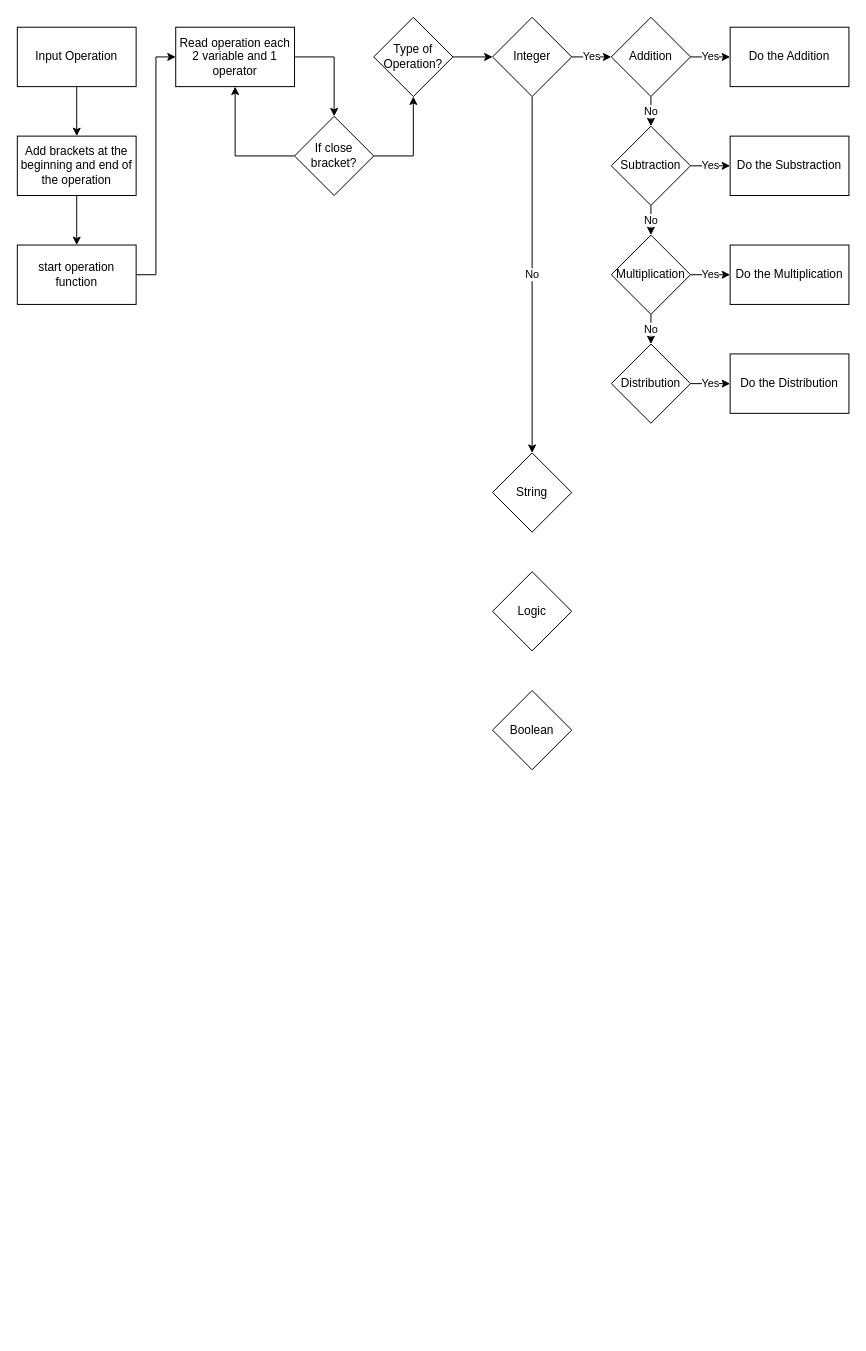
Before: Flowchart_Operation.drawio in reeuze/Make-a-New-Language-Using-Python, a draw.io diagram. Source tidied: cells renumbered, new cells numbered last; positions are measured from the earlier drawing's top-left corner, leaving out a move shared by most shapes. Both pictures are drawn from the tidied source at 99%, with x=0, y=0 at pixel (17, 17).
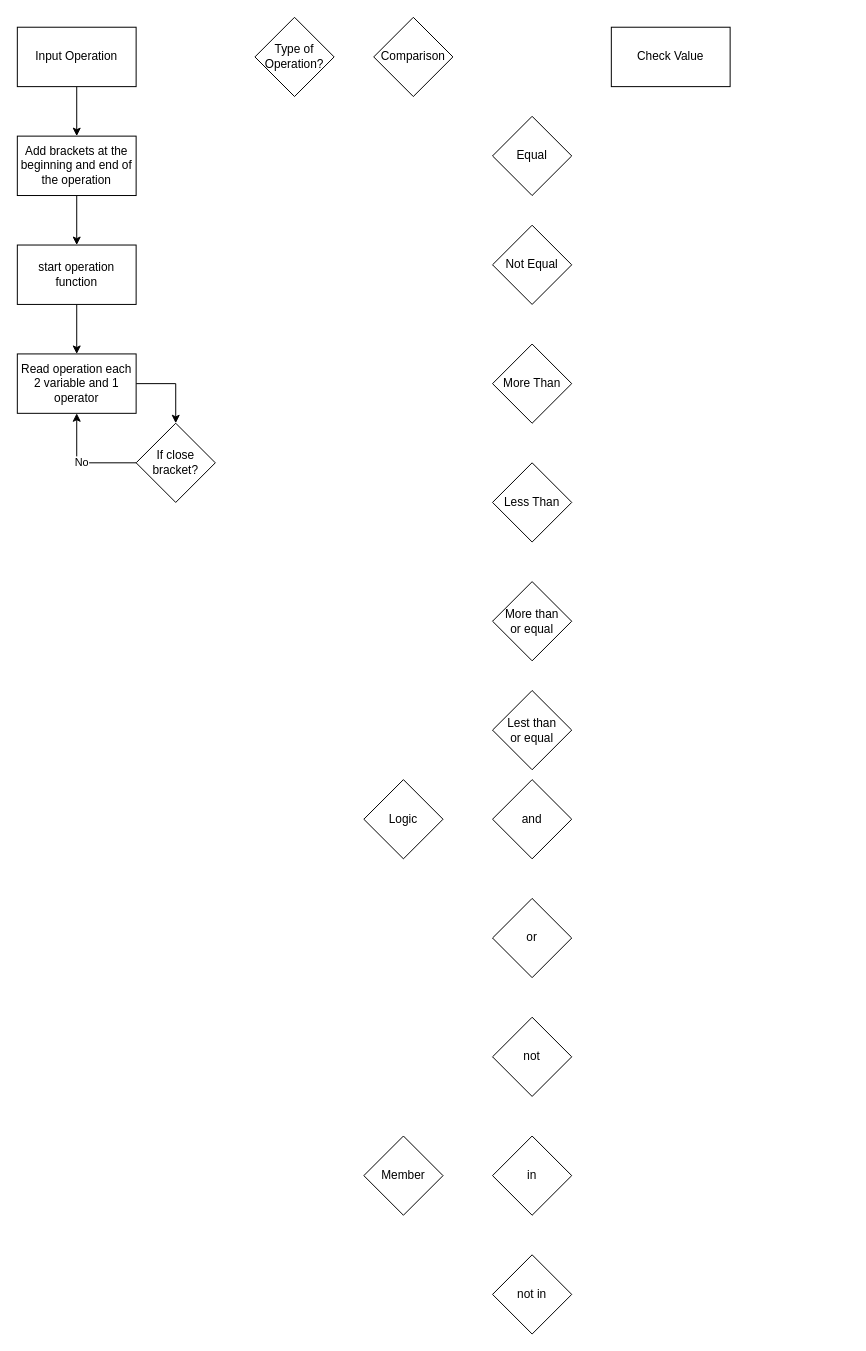
The same page after the edit.

The change refers to these unchanged cells:
```xml
<mxCell id="7" value="start operation function" style="rounded=0;whiteSpace=wrap;html=1;" parent="1" vertex="1">
  <mxGeometry y="230" width="120" height="60" as="geometry" />
</mxCell>
```

Change to the diagram source:
```diff
@@
-    <mxCell id="6" style="edgeStyle=orthogonalEdgeStyle;rounded=0;jettySize=auto;html=1;entryX=0;entryY=0.5;entryDx=0;entryDy=0;" parent="1" edge="1" source="7" target="9">
+    <mxCell id="6" style="edgeStyle=orthogonalEdgeStyle;rounded=0;jettySize=auto;html=1;entryX=0.5;entryY=0;entryDx=0;entryDy=0;" parent="1" edge="1" source="7" target="9">
       <mxGeometry relative="1" as="geometry" />
     </mxCell>
@@
     <mxCell id="8" style="edgeStyle=orthogonalEdgeStyle;rounded=0;jettySize=auto;html=1;entryX=0.5;entryY=0;entryDx=0;entryDy=0;" parent="1" edge="1" source="9" target="12">
       <mxGeometry relative="1" as="geometry">
         <Array as="points">
-          <mxPoint x="320" y="40" />
+          <mxPoint x="160" y="370" />
         </Array>
       </mxGeometry>
     </mxCell>
     <mxCell id="9" value="Read operation each&lt;br&gt;2 variable and 1 operator" style="rounded=0;whiteSpace=wrap;html=1;" parent="1" vertex="1">
-      <mxGeometry x="160" y="10" width="120" height="60" as="geometry" />
+      <mxGeometry y="340" width="120" height="60" as="geometry" />
     </mxCell>
-    <mxCell id="10" style="edgeStyle=orthogonalEdgeStyle;rounded=0;jettySize=auto;html=1;entryX=0.5;entryY=1;entryDx=0;entryDy=0;" parent="1" edge="1" source="12" target="14">
-      <mxGeometry relative="1" as="geometry">
-        <Array as="points">
-          <mxPoint x="400" y="140" />
-        </Array>
-      </mxGeometry>
-    </mxCell>
-    <mxCell id="11" style="edgeStyle=orthogonalEdgeStyle;rounded=0;jettySize=auto;html=1;entryX=0.5;entryY=1;entryDx=0;entryDy=0;" parent="1" edge="1" source="12" target="9">
+    <mxCell id="11" value="No" style="edgeStyle=orthogonalEdgeStyle;rounded=0;jettySize=auto;html=1;entryX=0.5;entryY=1;entryDx=0;entryDy=0;" parent="1" edge="1" source="12" target="9">
       <mxGeometry relative="1" as="geometry">
         <Array as="points">
-          <mxPoint x="220" y="140" />
+          <mxPoint x="60" y="450" />
         </Array>
       </mxGeometry>
     </mxCell>
     <mxCell id="12" value="If close&lt;br&gt;bracket?" style="rhombus;whiteSpace=wrap;html=1;" parent="1" vertex="1">
-      <mxGeometry x="280" y="100" width="80" height="80" as="geometry" />
+      <mxGeometry x="120" y="410" width="80" height="80" as="geometry" />
     </mxCell>
-    <mxCell id="13" style="edgeStyle=orthogonalEdgeStyle;rounded=0;jettySize=auto;html=1;entryX=0;entryY=0.5;entryDx=0;entryDy=0;" parent="1" edge="1" source="14" target="17">
-      <mxGeometry relative="1" as="geometry" />
-    </mxCell>
     <mxCell id="14" value="Type of Operation?" style="rhombus;whiteSpace=wrap;html=1;" parent="1" vertex="1">
-      <mxGeometry x="360" width="80" height="80" as="geometry" />
+      <mxGeometry x="240" width="80" height="80" as="geometry" />
     </mxCell>
-    <mxCell id="15" value="Yes" style="edgeStyle=orthogonalEdgeStyle;rounded=0;jettySize=auto;html=1;entryX=0;entryY=0.5;entryDx=0;entryDy=0;" parent="1" edge="1" source="17" target="26">
-      <mxGeometry relative="1" as="geometry" />
-    </mxCell>
-    <mxCell id="16" value="No" style="edgeStyle=orthogonalEdgeStyle;rounded=0;jettySize=auto;html=1;entryX=0.5;entryY=0;entryDx=0;entryDy=0;" parent="1" edge="1" source="17" target="18">
-      <mxGeometry relative="1" as="geometry" />
-    </mxCell>
-    <mxCell id="17" value="Integer" style="rhombus;whiteSpace=wrap;html=1;" parent="1" vertex="1">
-      <mxGeometry x="480" width="80" height="80" as="geometry" />
+    <mxCell id="17" value="Comparison" style="rhombus;whiteSpace=wrap;html=1;" parent="1" vertex="1">
+      <mxGeometry x="360" width="80" height="80" as="geometry" />
     </mxCell>
-    <mxCell id="18" value="String" style="rhombus;whiteSpace=wrap;html=1;" parent="1" vertex="1">
-      <mxGeometry x="480" y="440" width="80" height="80" as="geometry" />
+    <mxCell id="18" value="Logic" style="rhombus;whiteSpace=wrap;html=1;" parent="1" vertex="1">
+      <mxGeometry x="350" y="770" width="80" height="80" as="geometry" />
     </mxCell>
-    <mxCell id="19" value="Logic" style="rhombus;whiteSpace=wrap;html=1;" parent="1" vertex="1">
-      <mxGeometry x="480" y="560" width="80" height="80" as="geometry" />
-    </mxCell>
-    <mxCell id="20" value="Boolean" style="rhombus;whiteSpace=wrap;html=1;" parent="1" vertex="1">
-      <mxGeometry x="480" y="680" width="80" height="80" as="geometry" />
+    <mxCell id="20" value="Member" style="rhombus;whiteSpace=wrap;html=1;" parent="1" vertex="1">
+      <mxGeometry x="350" y="1130" width="80" height="80" as="geometry" />
     </mxCell>
-    <mxCell id="21" value="No" style="edgeStyle=orthogonalEdgeStyle;rounded=0;jettySize=auto;html=1;entryX=0.5;entryY=0;entryDx=0;entryDy=0;" parent="1" edge="1" source="23" target="29">
-      <mxGeometry relative="1" as="geometry" />
-    </mxCell>
-    <mxCell id="22" value="Yes" style="edgeStyle=orthogonalEdgeStyle;rounded=0;jettySize=auto;html=1;entryX=0;entryY=0.5;entryDx=0;entryDy=0;" parent="1" edge="1" source="23" target="33">
-      <mxGeometry relative="1" as="geometry" />
-    </mxCell>
-    <mxCell id="23" value="Subtraction" style="rhombus;whiteSpace=wrap;html=1;" parent="1" vertex="1">
-      <mxGeometry x="600" y="110" width="80" height="80" as="geometry" />
+    <mxCell id="23" value="More than&lt;br&gt;or equal" style="rhombus;whiteSpace=wrap;html=1;" parent="1" vertex="1">
+      <mxGeometry x="480" y="570" width="80" height="80" as="geometry" />
     </mxCell>
-    <mxCell id="24" value="No" style="edgeStyle=orthogonalEdgeStyle;rounded=0;jettySize=auto;html=1;" parent="1" edge="1" source="26" target="23">
-      <mxGeometry relative="1" as="geometry" />
-    </mxCell>
-    <mxCell id="25" value="Yes" style="edgeStyle=orthogonalEdgeStyle;rounded=0;jettySize=auto;html=1;entryX=0;entryY=0.5;entryDx=0;entryDy=0;" parent="1" edge="1" source="26" target="32">
-      <mxGeometry relative="1" as="geometry" />
-    </mxCell>
-    <mxCell id="26" value="Addition" style="rhombus;whiteSpace=wrap;html=1;" parent="1" vertex="1">
-      <mxGeometry x="600" width="80" height="80" as="geometry" />
+    <mxCell id="26" value="Equal" style="rhombus;whiteSpace=wrap;html=1;" parent="1" vertex="1">
+      <mxGeometry x="480" y="100" width="80" height="80" as="geometry" />
     </mxCell>
-    <mxCell id="27" value="No" style="edgeStyle=orthogonalEdgeStyle;rounded=0;jettySize=auto;html=1;" parent="1" edge="1" source="29" target="31">
-      <mxGeometry relative="1" as="geometry" />
-    </mxCell>
-    <mxCell id="28" value="Yes" style="edgeStyle=orthogonalEdgeStyle;rounded=0;jettySize=auto;html=1;entryX=0;entryY=0.5;entryDx=0;entryDy=0;" parent="1" edge="1" source="29" target="34">
-      <mxGeometry relative="1" as="geometry" />
-    </mxCell>
-    <mxCell id="29" value="Multiplication" style="rhombus;whiteSpace=wrap;html=1;" parent="1" vertex="1">
-      <mxGeometry x="600" y="220" width="80" height="80" as="geometry" />
+    <mxCell id="29" value="Lest than&lt;br&gt;or equal" style="rhombus;whiteSpace=wrap;html=1;" parent="1" vertex="1">
+      <mxGeometry x="480" y="680" width="80" height="80" as="geometry" />
     </mxCell>
-    <mxCell id="30" value="Yes" style="edgeStyle=orthogonalEdgeStyle;rounded=0;jettySize=auto;html=1;entryX=0;entryY=0.5;entryDx=0;entryDy=0;" parent="1" edge="1" source="31" target="35">
-      <mxGeometry relative="1" as="geometry" />
-    </mxCell>
-    <mxCell id="31" value="Distribution" style="rhombus;whiteSpace=wrap;html=1;" parent="1" vertex="1">
-      <mxGeometry x="600" y="330" width="80" height="80" as="geometry" />
+    <mxCell id="31" value="Not Equal" style="rhombus;whiteSpace=wrap;html=1;" parent="1" vertex="1">
+      <mxGeometry x="480" y="210" width="80" height="80" as="geometry" />
     </mxCell>
-    <mxCell id="32" value="Do the Addition" style="rounded=0;whiteSpace=wrap;html=1;" parent="1" vertex="1">
-      <mxGeometry x="720" y="10" width="120" height="60" as="geometry" />
+    <mxCell id="32" value="Check Value" style="rounded=0;whiteSpace=wrap;html=1;" parent="1" vertex="1">
+      <mxGeometry x="600" y="10" width="120" height="60" as="geometry" />
     </mxCell>
-    <mxCell id="33" value="Do the Substraction" style="rounded=0;whiteSpace=wrap;html=1;" parent="1" vertex="1">
-      <mxGeometry x="720" y="120" width="120" height="60" as="geometry" />
-    </mxCell>
-    <mxCell id="34" value="Do the Multiplication" style="rounded=0;whiteSpace=wrap;html=1;" parent="1" vertex="1">
-      <mxGeometry x="720" y="230" width="120" height="60" as="geometry" />
-    </mxCell>
-    <mxCell id="35" value="Do the Distribution" style="rounded=0;whiteSpace=wrap;html=1;" parent="1" vertex="1">
-      <mxGeometry x="720" y="340" width="120" height="60" as="geometry" />
-    </mxCell>
+    <mxCell id="36" value="and" style="rhombus;whiteSpace=wrap;html=1;" parent="1" vertex="1">
+      <mxGeometry x="480" y="770" width="80" height="80" as="geometry" />
+    </mxCell>
+    <mxCell id="37" value="or" style="rhombus;whiteSpace=wrap;html=1;" parent="1" vertex="1">
+      <mxGeometry x="480" y="890" width="80" height="80" as="geometry" />
+    </mxCell>
+    <mxCell id="38" value="not" style="rhombus;whiteSpace=wrap;html=1;" parent="1" vertex="1">
+      <mxGeometry x="480" y="1010" width="80" height="80" as="geometry" />
+    </mxCell>
+    <mxCell id="39" value="in" style="rhombus;whiteSpace=wrap;html=1;" parent="1" vertex="1">
+      <mxGeometry x="480" y="1130" width="80" height="80" as="geometry" />
+    </mxCell>
+    <mxCell id="40" value="not in" style="rhombus;whiteSpace=wrap;html=1;" parent="1" vertex="1">
+      <mxGeometry x="480" y="1250" width="80" height="80" as="geometry" />
+    </mxCell>
+    <mxCell id="41" value="More Than" style="rhombus;whiteSpace=wrap;html=1;" parent="1" vertex="1">
+      <mxGeometry x="480" y="330" width="80" height="80" as="geometry" />
+    </mxCell>
+    <mxCell id="42" value="Less Than" style="rhombus;whiteSpace=wrap;html=1;" parent="1" vertex="1">
+      <mxGeometry x="480" y="450" width="80" height="80" as="geometry" />
+    </mxCell>
```
